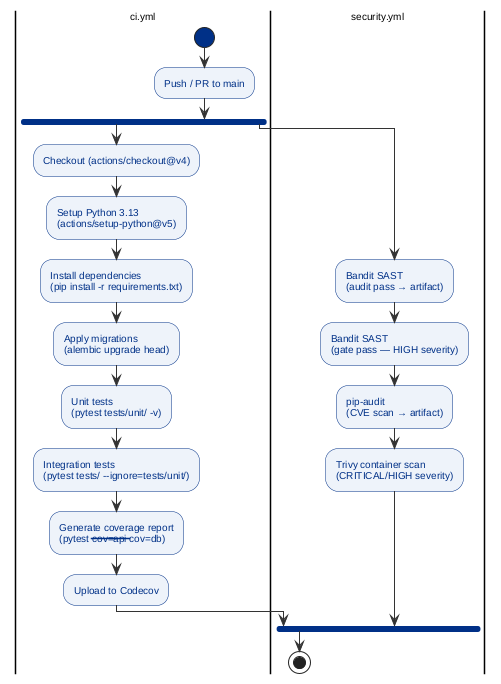
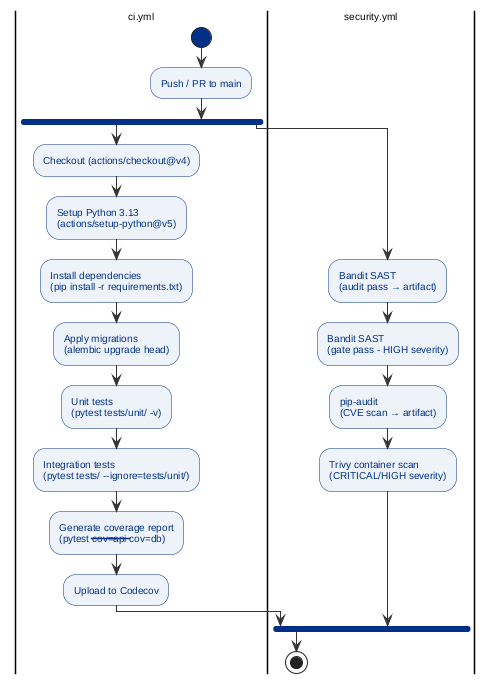
@startuml cicd-pipeline

skinparam defaultFontName Liberation Sans
skinparam defaultFontSize 10
skinparam shadowing false
skinparam backgroundColor white

skinparam activity {
  BorderColor #003087
  BackgroundColor #EEF3FA
  FontColor #003087
  StartColor #003087
  EndColor #003087
  BarColor #003087
}

skinparam arrow {
  Color #333333
  FontColor #555555
  FontSize 9
}

|ci.yml|
start
:Push / PR to main;

fork
  |ci.yml|
  :Checkout (actions/checkout@v4);
  :Setup Python 3.13\n(actions/setup-python@v5);
  :Install dependencies\n(pip install -r requirements.txt);
  :Apply migrations\n(alembic upgrade head);
  :Unit tests\n(pytest tests/unit/ -v);
  :Integration tests\n(pytest tests/ --ignore=tests/unit/);
  :Generate coverage report\n(pytest --cov=api --cov=db);
  :Upload to Codecov;

fork again
  |security.yml|
  :Bandit SAST\n(audit pass → artifact);
-   :Bandit SAST\n(gate pass — HIGH severity);
+   :Bandit SAST\n(gate pass - HIGH severity);
  :pip-audit\n(CVE scan → artifact);
  :Trivy container scan\n(CRITICAL/HIGH severity);

end fork

stop

@enduml
